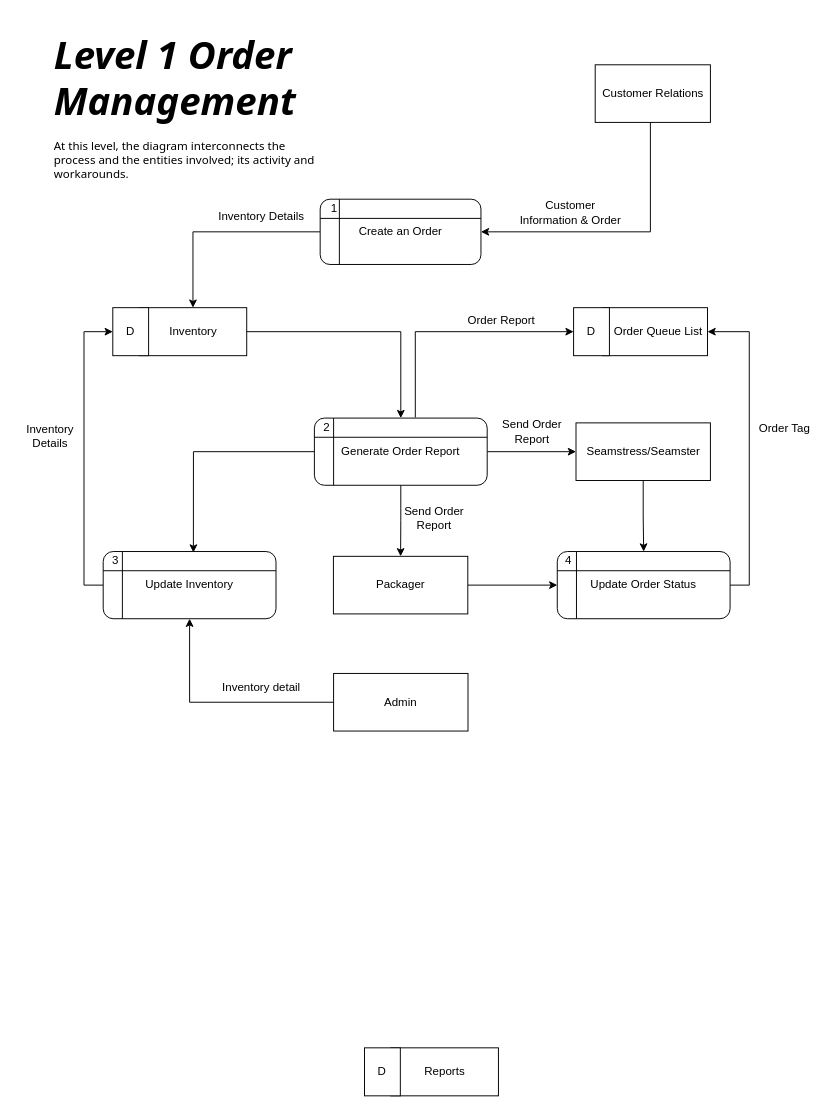
BryanFabellore/Team_SPOTLIGHT keeps this draw.io diagram as page "(Rev:2) Level 1 DFD" (3 of 7) of DFD DIAGRAMS.drawio. Above is the earlier version. Source tidied: cells renumbered, new cells numbered last; positions are measured from the earlier drawing's top-left corner, leaving out a move shared by most shapes. Both pictures are drawn from the tidied source at 96%, with x=0, y=0 at pixel (16, 26).
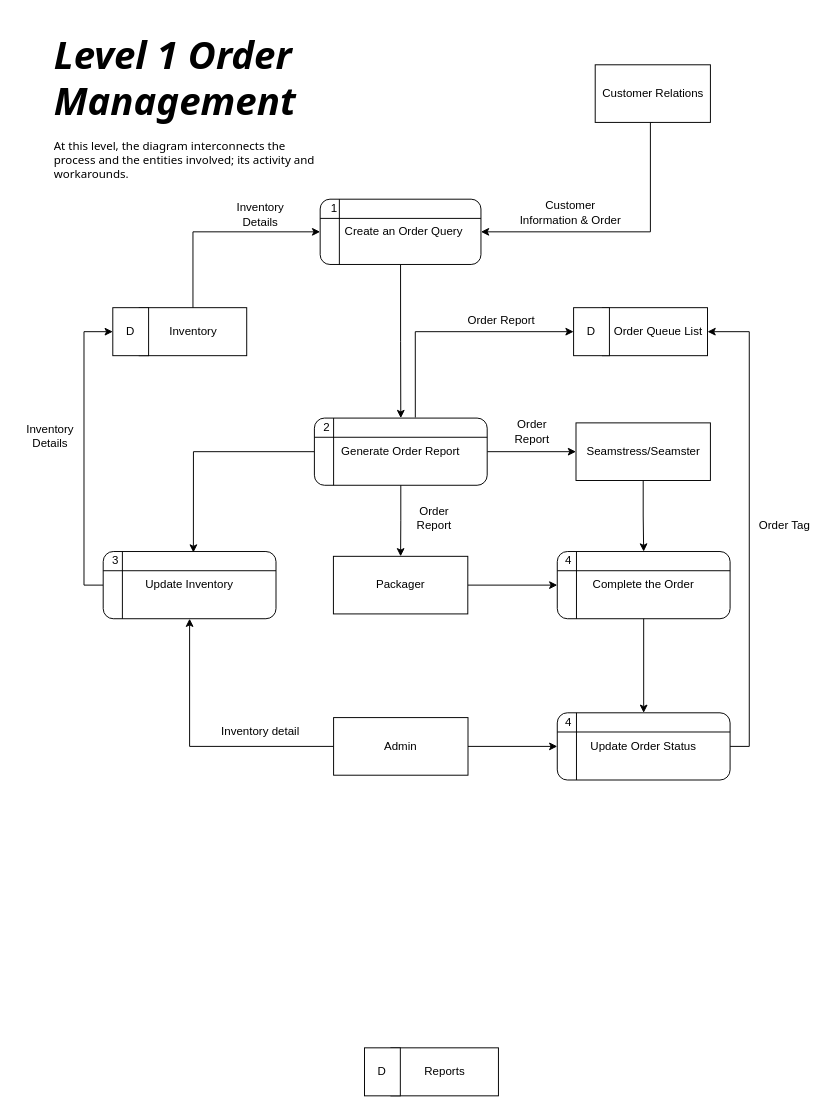
The same diagram, later.

The change refers to these unchanged cells:
```xml
<mxCell id="11" value="&amp;nbsp; Order Queue List" style="rounded=0;whiteSpace=wrap;html=1;strokeColor=default;fontFamily=Helvetica;fontSize=12;fontColor=default;fillColor=#FFFFFF;align=center;" parent="10" vertex="1">
  <mxGeometry x="30" width="109.5" height="50" as="geometry" />
</mxCell>
<mxCell id="21" value="Inventory" style="rounded=0;whiteSpace=wrap;html=1;strokeColor=default;fontFamily=Helvetica;fontSize=12;fontColor=default;fillColor=#FFFFFF;" parent="20" vertex="1">
  <mxGeometry x="27.5" width="112" height="50" as="geometry" />
</mxCell>
<mxCell id="30" style="group;" parent="1" vertex="1">
  <mxGeometry x="560" y="547" width="183" height="70" as="geometry" />
</mxCell>
<mxCell id="37" value="Generate Order Report" style="shape=internalStorage;whiteSpace=wrap;html=1;backgroundOutline=1;rounded=1;strokeColor=default;fontFamily=Helvetica;fontSize=12;fontColor=default;fillColor=#FFFFFF;" parent="36" vertex="1">
  <mxGeometry width="180" height="70" as="geometry" />
</mxCell>
```

What changed in the source:
```diff
@@
-    <mxCell id="2" style="edgeStyle=orthogonalEdgeStyle;rounded=0;jettySize=auto;html=1;exitX=0;exitY=0.5;exitDx=0;exitDy=0;" parent="1" edge="1" source="3" target="21">
-      <mxGeometry relative="1" as="geometry" />
-    </mxCell>
+    <mxCell id="47" style="edgeStyle=orthogonalEdgeStyle;rounded=0;jettySize=auto;html=1;exitX=0.5;exitY=1;exitDx=0;exitDy=0;" parent="1" edge="1" source="3" target="37">
+      <mxGeometry relative="1" as="geometry" />
+    </mxCell>
-    <mxCell id="3" value="Create an Order" style="shape=internalStorage;whiteSpace=wrap;html=1;backgroundOutline=1;rounded=1;strokeColor=default;fontFamily=Helvetica;fontSize=12;fontColor=default;fillColor=#FFFFFF;" parent="1" vertex="1">
+    <mxCell id="3" value="&amp;nbsp; Create an Order Query" style="shape=internalStorage;whiteSpace=wrap;html=1;backgroundOutline=1;rounded=1;strokeColor=default;fontFamily=Helvetica;fontSize=12;fontColor=default;fillColor=#FFFFFF;" parent="1" vertex="1">
       <mxGeometry x="316" y="180" width="167.5" height="68" as="geometry" />
     </mxCell>
@@
     <mxCell id="23" value="Inventory Details" style="text;html=1;strokeColor=none;fillColor=none;align=center;verticalAlign=middle;whiteSpace=wrap;rounded=0;" parent="1" vertex="1">
-      <mxGeometry x="200" y="184" width="110" height="28" as="geometry" />
+      <mxGeometry x="215" y="182" width="78" height="28" as="geometry" />
     </mxCell>
-    <mxCell id="24" style="edgeStyle=orthogonalEdgeStyle;rounded=0;jettySize=auto;html=1;entryX=0.5;entryY=0;entryDx=0;entryDy=0;exitX=1;exitY=0.5;exitDx=0;exitDy=0;" parent="1" edge="1" source="21" target="37">
-      <mxGeometry relative="1" as="geometry" />
-    </mxCell>
@@
-    <mxCell id="31" value="Update Order Status" style="shape=internalStorage;whiteSpace=wrap;html=1;backgroundOutline=1;rounded=1;strokeColor=default;fontFamily=Helvetica;fontSize=12;fontColor=default;fillColor=#FFFFFF;" parent="30" vertex="1">
+    <mxCell id="31" value="Complete the Order" style="shape=internalStorage;whiteSpace=wrap;html=1;backgroundOutline=1;rounded=1;strokeColor=default;fontFamily=Helvetica;fontSize=12;fontColor=default;fillColor=#FFFFFF;" parent="30" vertex="1">
       <mxGeometry x="3" width="180" height="70" as="geometry" />
     </mxCell>
@@
-    <mxCell id="40" value="Send Order Report" style="text;html=1;strokeColor=none;fillColor=none;align=center;verticalAlign=middle;whiteSpace=wrap;rounded=0;" parent="1" vertex="1">
+    <mxCell id="40" value="Order Report" style="text;html=1;strokeColor=none;fillColor=none;align=center;verticalAlign=middle;whiteSpace=wrap;rounded=0;" parent="1" vertex="1">
       <mxGeometry x="399.8" y="498" width="70" height="28" as="geometry" />
     </mxCell>
-    <mxCell id="41" value="Send Order Report" style="text;html=1;strokeColor=none;fillColor=none;align=center;verticalAlign=middle;whiteSpace=wrap;rounded=0;" parent="1" vertex="1">
+    <mxCell id="41" value="Order Report" style="text;html=1;strokeColor=none;fillColor=none;align=center;verticalAlign=middle;whiteSpace=wrap;rounded=0;" parent="1" vertex="1">
       <mxGeometry x="501.8" y="408" width="70" height="28" as="geometry" />
     </mxCell>
-    <mxCell id="42" style="edgeStyle=orthogonalEdgeStyle;rounded=0;jettySize=auto;html=1;entryX=1;entryY=0.5;entryDx=0;entryDy=0;exitX=1;exitY=0.5;exitDx=0;exitDy=0;" parent="1" edge="1" source="31" target="11">
+    <mxCell id="42" style="edgeStyle=orthogonalEdgeStyle;rounded=0;jettySize=auto;html=1;entryX=1;entryY=0.5;entryDx=0;entryDy=0;exitX=1;exitY=0.5;exitDx=0;exitDy=0;" parent="1" edge="1" source="51" target="11">
       <mxGeometry relative="1" as="geometry" />
     </mxCell>
     <mxCell id="43" value="Order Tag" style="text;html=1;strokeColor=none;fillColor=none;align=center;verticalAlign=middle;whiteSpace=wrap;rounded=0;" parent="1" vertex="1">
-      <mxGeometry x="765" y="405" width="70" height="28" as="geometry" />
+      <mxGeometry x="765" y="506" width="70" height="28" as="geometry" />
     </mxCell>
@@
+    <mxCell id="48" style="edgeStyle=orthogonalEdgeStyle;rounded=0;jettySize=auto;html=1;entryX=0;entryY=0.5;entryDx=0;entryDy=0;" parent="1" edge="1" source="45" target="51">
+      <mxGeometry relative="1" as="geometry" />
+    </mxCell>
     <mxCell id="45" value="Admin" style="rounded=0;whiteSpace=wrap;html=1;strokeColor=default;fontFamily=Helvetica;fontSize=12;fontColor=default;fillColor=#FFFFFF;" parent="1" vertex="1">
-      <mxGeometry x="330" y="674" width="140" height="60" as="geometry" />
+      <mxGeometry x="330" y="720" width="140" height="60" as="geometry" />
     </mxCell>
     <mxCell id="46" value="Inventory detail" style="text;html=1;strokeColor=none;fillColor=none;align=center;verticalAlign=middle;whiteSpace=wrap;rounded=0;" parent="1" vertex="1">
-      <mxGeometry x="200" y="674" width="110" height="29" as="geometry" />
+      <mxGeometry x="199" y="720" width="110" height="29" as="geometry" />
     </mxCell>
+    <mxCell id="49" style="edgeStyle=orthogonalEdgeStyle;rounded=0;jettySize=auto;html=1;entryX=0;entryY=0.5;entryDx=0;entryDy=0;exitX=0.5;exitY=0;exitDx=0;exitDy=0;" parent="1" edge="1" source="21" target="3">
+      <mxGeometry relative="1" as="geometry" />
+    </mxCell>
+    <mxCell id="50" style="group;" parent="1" vertex="1">
+      <mxGeometry x="560" y="715" width="183" height="70" as="geometry" />
+    </mxCell>
+    <mxCell id="51" value="Update Order Status" style="shape=internalStorage;whiteSpace=wrap;html=1;backgroundOutline=1;rounded=1;strokeColor=default;fontFamily=Helvetica;fontSize=12;fontColor=default;fillColor=#FFFFFF;" parent="50" vertex="1">
+      <mxGeometry x="3" width="180" height="70" as="geometry" />
+    </mxCell>
+    <mxCell id="52" value="4" style="text;html=1;strokeColor=none;fillColor=none;align=center;verticalAlign=middle;whiteSpace=wrap;rounded=0;" parent="50" vertex="1">
+      <mxGeometry width="30" height="20" as="geometry" />
+    </mxCell>
+    <mxCell id="53" style="edgeStyle=orthogonalEdgeStyle;rounded=0;jettySize=auto;html=1;entryX=0.5;entryY=0;entryDx=0;entryDy=0;" parent="1" edge="1" source="31" target="51">
+      <mxGeometry relative="1" as="geometry" />
+    </mxCell>
```
